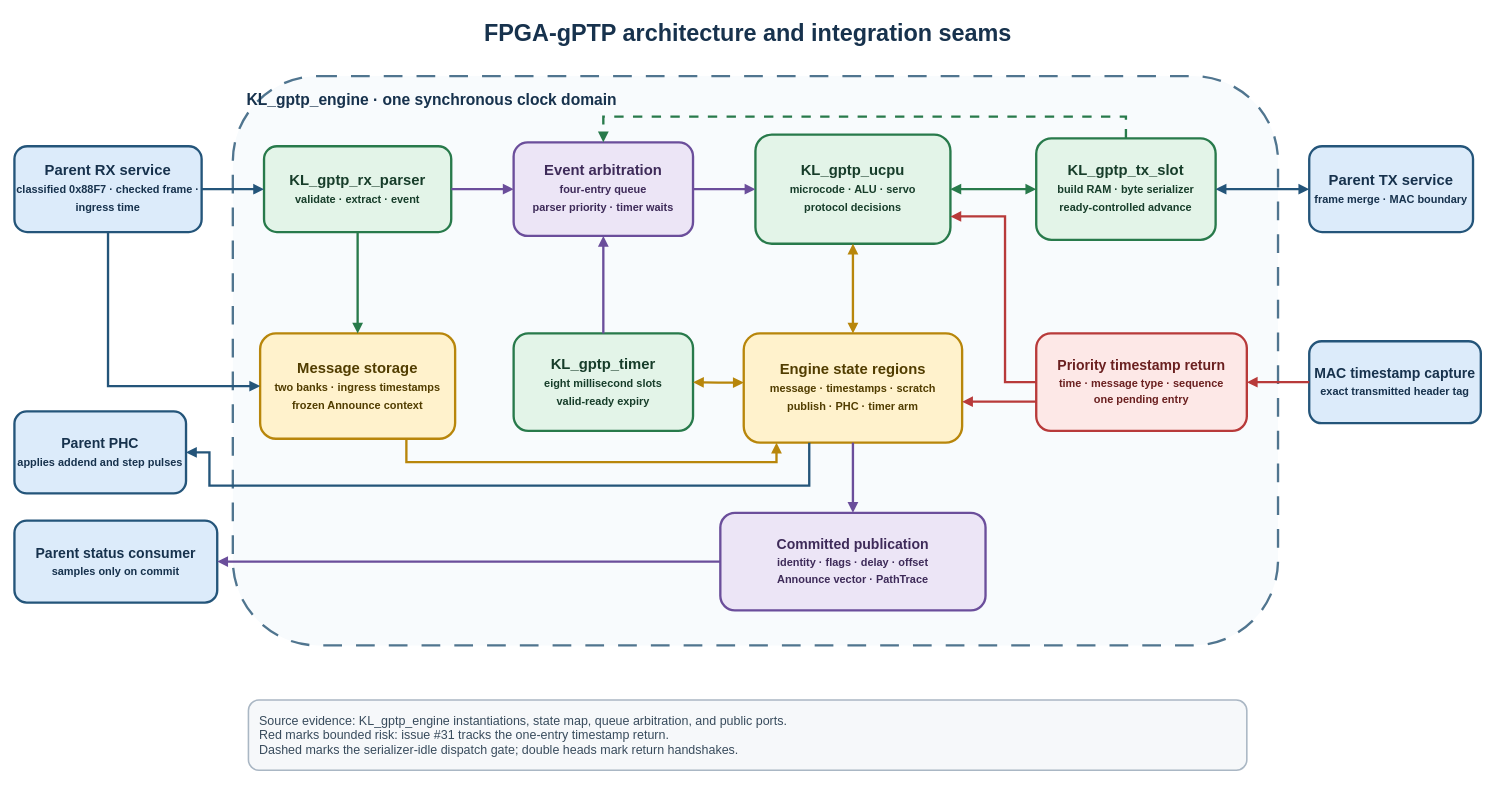
Mister-M-alt/FPGA-gPTP keeps this draw.io diagram as docs/diagrams/gptp_architecture.drawio. Above is the earlier version. Source tidied: cells renumbered, new cells numbered last; positions are measured from the earlier drawing's top-left corner, leaving out a move shared by most shapes. Both pictures are drawn from the tidied source at 78%, with x=0, y=0 at pixel (14, 13).
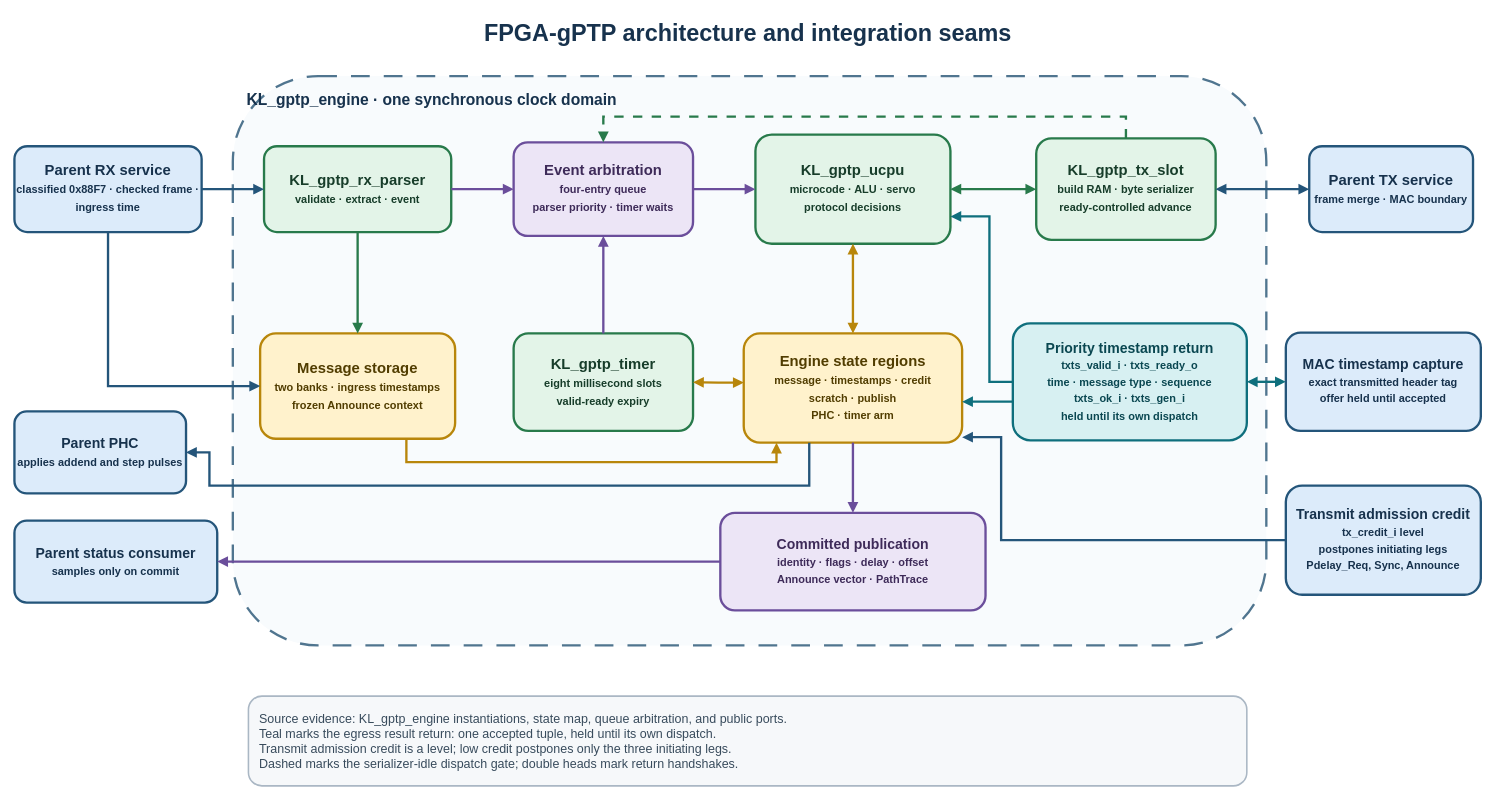
After the change.

Commit message (it also covers changes not shown here):
Redraw the retained timestamp result in the architecture diagram (#31)

The change refers to these unchanged cells:
```xml
<mxCell id="8" value="KL_gptp_ucpu&lt;br&gt;&lt;font style=&quot;font-size:14px&quot;&gt;microcode · ALU · servo&lt;br&gt;protocol decisions&lt;/font&gt;" style="rounded=1;whiteSpace=wrap;html=1;align=center;verticalAlign=middle;fontSize=19;fontStyle=1;fillColor=#E3F4E8;strokeColor=#287A4B;strokeWidth=3;fontColor=#173D2A;" parent="1" vertex="1">
  <mxGeometry x="950" y="155" width="250" height="140" as="geometry" />
</mxCell>
```

Change to the diagram source:
```diff
@@
     <mxCell id="3" value="KL_gptp_engine · one synchronous clock domain" style="rounded=1;whiteSpace=wrap;html=1;verticalAlign=top;align=left;spacingTop=12;spacingLeft=16;fontSize=20;fontStyle=1;fontColor=#17324D;fillColor=#F8FBFD;strokeColor=#50758F;strokeWidth=3;dashed=1;dashPattern=8 6;" parent="1" vertex="1">
-      <mxGeometry x="280" y="80" width="1340" height="730" as="geometry" />
+      <mxGeometry x="280" y="80" width="1325" height="730" as="geometry" />
     </mxCell>
@@
-    <mxCell id="12" value="Engine state regions&lt;br&gt;&lt;font style=&quot;font-size:14px&quot;&gt;message · timestamps · scratch&lt;br&gt;publish · PHC · timer arm&lt;/font&gt;" style="rounded=1;whiteSpace=wrap;html=1;align=center;verticalAlign=middle;fontSize=19;fontStyle=1;fillColor=#FFF2CC;strokeColor=#B8860B;strokeWidth=3;fontColor=#513D00;" parent="1" vertex="1">
+    <mxCell id="12" value="Engine state regions&lt;br&gt;&lt;font style=&quot;font-size:14px&quot;&gt;message · timestamps · credit&lt;br&gt;scratch · publish&lt;br&gt;PHC · timer arm&lt;/font&gt;" style="rounded=1;whiteSpace=wrap;html=1;align=center;verticalAlign=middle;fontSize=19;fontStyle=1;fillColor=#FFF2CC;strokeColor=#B8860B;strokeWidth=3;fontColor=#513D00;" parent="1" vertex="1">
       <mxGeometry x="935" y="410" width="280" height="140" as="geometry" />
     </mxCell>
-    <mxCell id="13" value="Priority timestamp return&lt;br&gt;&lt;font style=&quot;font-size:14px&quot;&gt;time · message type · sequence&lt;br&gt;one pending entry&lt;/font&gt;" style="rounded=1;whiteSpace=wrap;html=1;align=center;verticalAlign=middle;fontSize=18;fontStyle=1;fillColor=#FDE8E7;strokeColor=#B83A3A;strokeWidth=3;fontColor=#6A2020;" parent="1" vertex="1">
-      <mxGeometry x="1310" y="410" width="270" height="125" as="geometry" />
+    <mxCell id="13" value="Priority timestamp return&lt;br&gt;&lt;font style=&quot;font-size:14px&quot;&gt;txts_valid_i · txts_ready_o&lt;br&gt;time · message type · sequence&lt;br&gt;txts_ok_i · txts_gen_i&lt;br&gt;held until its own dispatch&lt;/font&gt;" style="rounded=1;whiteSpace=wrap;html=1;align=center;verticalAlign=middle;fontSize=18;fontStyle=1;fillColor=#D7F0F2;strokeColor=#0F6F7D;strokeWidth=3;fontColor=#0A4751;" parent="1" vertex="1">
+      <mxGeometry x="1280" y="397" width="300" height="150" as="geometry" />
     </mxCell>
-    <mxCell id="14" value="MAC timestamp capture&lt;br&gt;&lt;font style=&quot;font-size:14px&quot;&gt;exact transmitted header tag&lt;/font&gt;" style="rounded=1;whiteSpace=wrap;html=1;align=center;verticalAlign=middle;fontSize=18;fontStyle=1;fillColor=#DCEBFA;strokeColor=#24557A;strokeWidth=3;fontColor=#17324D;" parent="1" vertex="1">
-      <mxGeometry x="1660" y="420" width="220" height="105" as="geometry" />
+    <mxCell id="14" value="MAC timestamp capture&lt;br&gt;&lt;font style=&quot;font-size:14px&quot;&gt;exact transmitted header tag&lt;br&gt;offer held until accepted&lt;/font&gt;" style="rounded=1;whiteSpace=wrap;html=1;align=center;verticalAlign=middle;fontSize=18;fontStyle=1;fillColor=#DCEBFA;strokeColor=#24557A;strokeWidth=3;fontColor=#17324D;" parent="1" vertex="1">
+      <mxGeometry x="1630" y="409" width="250" height="126" as="geometry" />
     </mxCell>
+    <mxCell id="37" value="Transmit admission credit&lt;br&gt;&lt;font style=&quot;font-size:14px&quot;&gt;tx_credit_i level&lt;br&gt;postpones initiating legs&lt;br&gt;Pdelay_Req, Sync, Announce&lt;/font&gt;" style="rounded=1;whiteSpace=wrap;html=1;align=center;verticalAlign=middle;fontSize=18;fontStyle=1;fillColor=#DCEBFA;strokeColor=#24557A;strokeWidth=3;fontColor=#17324D;" parent="1" vertex="1">
+      <mxGeometry x="1630" y="605" width="250" height="140" as="geometry" />
+    </mxCell>
@@
-    <mxCell id="18" value="Source evidence: KL_gptp_engine instantiations, state map, queue arbitration, and public ports.&#10;Red marks bounded risk: issue #31 tracks the one-entry timestamp return.&#10;Dashed marks the serializer-idle dispatch gate; double heads mark return handshakes." style="rounded=1;whiteSpace=wrap;html=1;align=left;verticalAlign=middle;fontSize=16;fontColor=#384B5C;fillColor=#F6F8FA;strokeColor=#AAB7C4;strokeWidth=2;spacing=14;" parent="1" vertex="1">
-      <mxGeometry x="300" y="880" width="1280" height="90" as="geometry" />
+    <mxCell id="18" value="Source evidence: KL_gptp_engine instantiations, state map, queue arbitration, and public ports.&#10;Teal marks the egress result return: one accepted tuple, held until its own dispatch.&#10;Transmit admission credit is a level; low credit postpones only the three initiating legs.&#10;Dashed marks the serializer-idle dispatch gate; double heads mark return handshakes." style="rounded=1;whiteSpace=wrap;html=1;align=left;verticalAlign=middle;fontSize=16;fontColor=#384B5C;fillColor=#F6F8FA;strokeColor=#AAB7C4;strokeWidth=2;spacing=14;" parent="1" vertex="1">
+      <mxGeometry x="300" y="875" width="1280" height="115" as="geometry" />
     </mxCell>
@@
-    <mxCell id="29" style="edgeStyle=orthogonalEdgeStyle;rounded=0;html=1;endArrow=block;endFill=1;strokeColor=#B83A3A;strokeWidth=3;exitX=0;exitY=0.5;exitDx=0;exitDy=0;entryX=1;entryY=0.5;entryDx=0;entryDy=0;" parent="1" edge="1" source="14" target="13">
+    <mxCell id="29" style="edgeStyle=orthogonalEdgeStyle;rounded=0;html=1;startArrow=block;startFill=1;endArrow=block;endFill=1;strokeColor=#0F6F7D;strokeWidth=3;exitX=0;exitY=0.5;exitDx=0;exitDy=0;entryX=1;entryY=0.5;entryDx=0;entryDy=0;" parent="1" edge="1" source="14" target="13">
       <mxGeometry relative="1" as="geometry" />
     </mxCell>
-    <mxCell id="30" style="edgeStyle=orthogonalEdgeStyle;rounded=0;html=1;endArrow=block;endFill=1;strokeColor=#B83A3A;strokeWidth=3;exitX=0;exitY=0.5;exitDx=0;exitDy=0;entryX=1;entryY=0.75;entryDx=0;entryDy=0;" parent="1" edge="1" source="13" target="8">
+    <mxCell id="30" style="edgeStyle=orthogonalEdgeStyle;rounded=0;html=1;endArrow=block;endFill=1;strokeColor=#0F6F7D;strokeWidth=3;exitX=0;exitY=0.5;exitDx=0;exitDy=0;entryX=1;entryY=0.75;entryDx=0;entryDy=0;" parent="1" edge="1" source="13" target="8">
       <mxGeometry relative="1" as="geometry">
         <Array as="points">
-          <mxPoint x="1270" y="472" />
-          <mxPoint x="1270" y="260" />
+          <mxPoint x="1250" y="472" />
+          <mxPoint x="1250" y="260" />
         </Array>
       </mxGeometry>
     </mxCell>
@@
-    <mxCell id="36" style="edgeStyle=orthogonalEdgeStyle;rounded=0;html=1;endArrow=block;endFill=1;strokeColor=#B83A3A;strokeWidth=3;exitX=0;exitY=0.7;exitDx=0;exitDy=0;entryX=1;entryY=0.625;entryDx=0;entryDy=0;" parent="1" edge="1" source="13" target="12">
+    <mxCell id="36" style="edgeStyle=orthogonalEdgeStyle;rounded=0;html=1;endArrow=block;endFill=1;strokeColor=#0F6F7D;strokeWidth=3;exitX=0;exitY=0.67;exitDx=0;exitDy=0;entryX=1;entryY=0.625;entryDx=0;entryDy=0;" parent="1" edge="1" source="13" target="12">
       <mxGeometry relative="1" as="geometry" />
     </mxCell>
+    <mxCell id="38" style="edgeStyle=orthogonalEdgeStyle;rounded=0;html=1;endArrow=block;endFill=1;strokeColor=#24557A;strokeWidth=3;exitX=0;exitY=0.5;exitDx=0;exitDy=0;entryX=1;entryY=0.95;entryDx=0;entryDy=0;" parent="1" edge="1" source="37" target="12">
+      <mxGeometry relative="1" as="geometry">
+        <Array as="points">
+          <mxPoint x="1265" y="675" />
+          <mxPoint x="1265" y="543" />
+        </Array>
+      </mxGeometry>
+    </mxCell>
```
